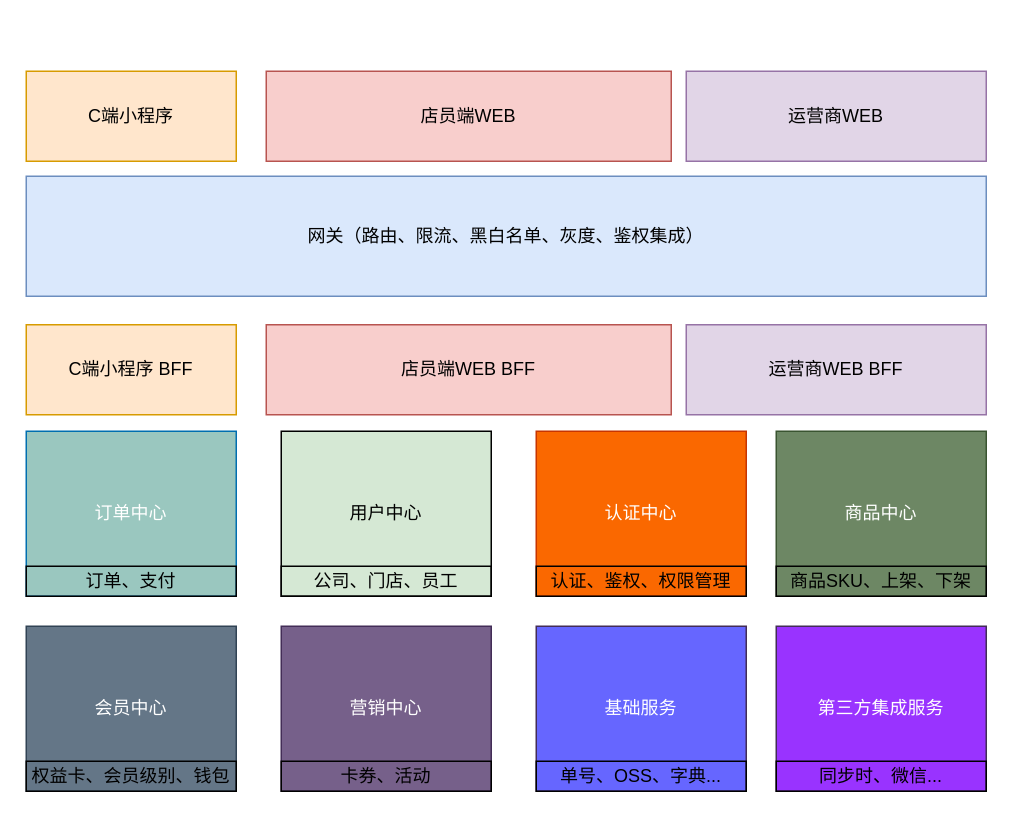
Above: 好时光总体架构.drawio in sam1982/draw (draw.io), before the change. Source tidied: cells renumbered, new cells numbered last; positions are measured from the earlier drawing's top-left corner, leaving out a move shared by most shapes. Both pictures are drawn from the tidied source at 150%, with x=0, y=0 at pixel (26, 70).
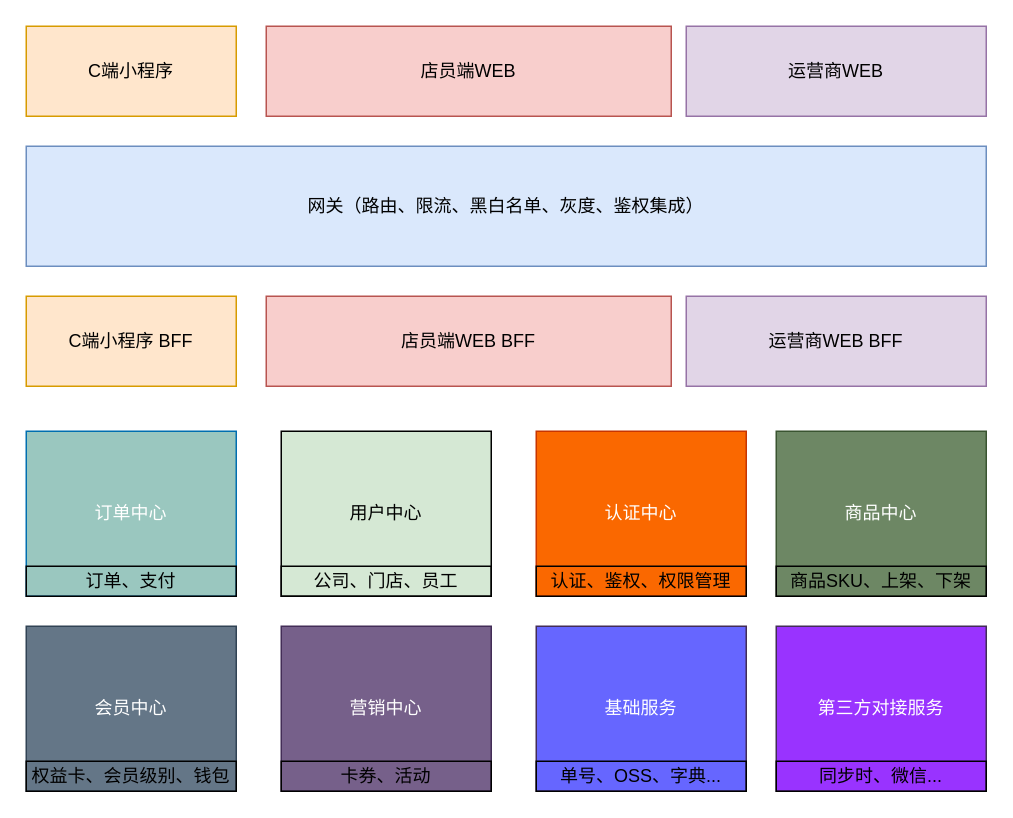
Above is the later version.

Commit message (it also covers changes not shown here):
Update 好时光总体架构.drawio

Change to the diagram source:
```diff
@@
     <mxCell id="2" value="网关（路由、限流、黑白名单、灰度、鉴权集成）" style="rounded=0;whiteSpace=wrap;html=1;fillColor=#dae8fc;strokeColor=#6c8ebf;" parent="1" vertex="1">
-      <mxGeometry y="70" width="640" height="80" as="geometry" />
+      <mxGeometry y="50" width="640" height="80" as="geometry" />
     </mxCell>
     <mxCell id="3" value="C端小程序" style="rounded=0;whiteSpace=wrap;html=1;fillColor=#ffe6cc;strokeColor=#d79b00;" parent="1" vertex="1">
-      <mxGeometry width="140" height="60" as="geometry" />
+      <mxGeometry y="-30" width="140" height="60" as="geometry" />
     </mxCell>
     <mxCell id="4" value="店员端WEB" style="rounded=0;whiteSpace=wrap;html=1;fillColor=#f8cecc;strokeColor=#b85450;" parent="1" vertex="1">
-      <mxGeometry x="160" width="270" height="60" as="geometry" />
+      <mxGeometry x="160" y="-30" width="270" height="60" as="geometry" />
     </mxCell>
     <mxCell id="5" value="运营商WEB" style="rounded=0;whiteSpace=wrap;html=1;fillColor=#e1d5e7;strokeColor=#9673a6;" parent="1" vertex="1">
-      <mxGeometry x="440" width="200" height="60" as="geometry" />
+      <mxGeometry x="440" y="-30" width="200" height="60" as="geometry" />
     </mxCell>
@@
-    <mxCell id="20" value="第三方集成服务" style="rounded=0;whiteSpace=wrap;html=1;fillColor=#9933FF;strokeColor=#432D57;fontColor=#ffffff;" parent="1" vertex="1">
+    <mxCell id="20" value="第三方对接服务" style="rounded=0;whiteSpace=wrap;html=1;fillColor=#9933FF;strokeColor=#432D57;fontColor=#ffffff;" parent="1" vertex="1">
       <mxGeometry x="500" y="370" width="140" height="110" as="geometry" />
     </mxCell>
@@
     <mxCell id="22" value="C端小程序 BFF" style="rounded=0;whiteSpace=wrap;html=1;fillColor=#ffe6cc;strokeColor=#d79b00;" parent="1" vertex="1">
-      <mxGeometry y="169" width="140" height="60" as="geometry" />
+      <mxGeometry y="150" width="140" height="60" as="geometry" />
     </mxCell>
     <mxCell id="23" value="店员端WEB BFF" style="rounded=0;whiteSpace=wrap;html=1;fillColor=#f8cecc;strokeColor=#b85450;" parent="1" vertex="1">
-      <mxGeometry x="160" y="169" width="270" height="60" as="geometry" />
+      <mxGeometry x="160" y="150" width="270" height="60" as="geometry" />
     </mxCell>
     <mxCell id="24" value="运营商WEB BFF" style="rounded=0;whiteSpace=wrap;html=1;fillColor=#e1d5e7;strokeColor=#9673a6;" parent="1" vertex="1">
-      <mxGeometry x="440" y="169" width="200" height="60" as="geometry" />
+      <mxGeometry x="440" y="150" width="200" height="60" as="geometry" />
     </mxCell>
```
